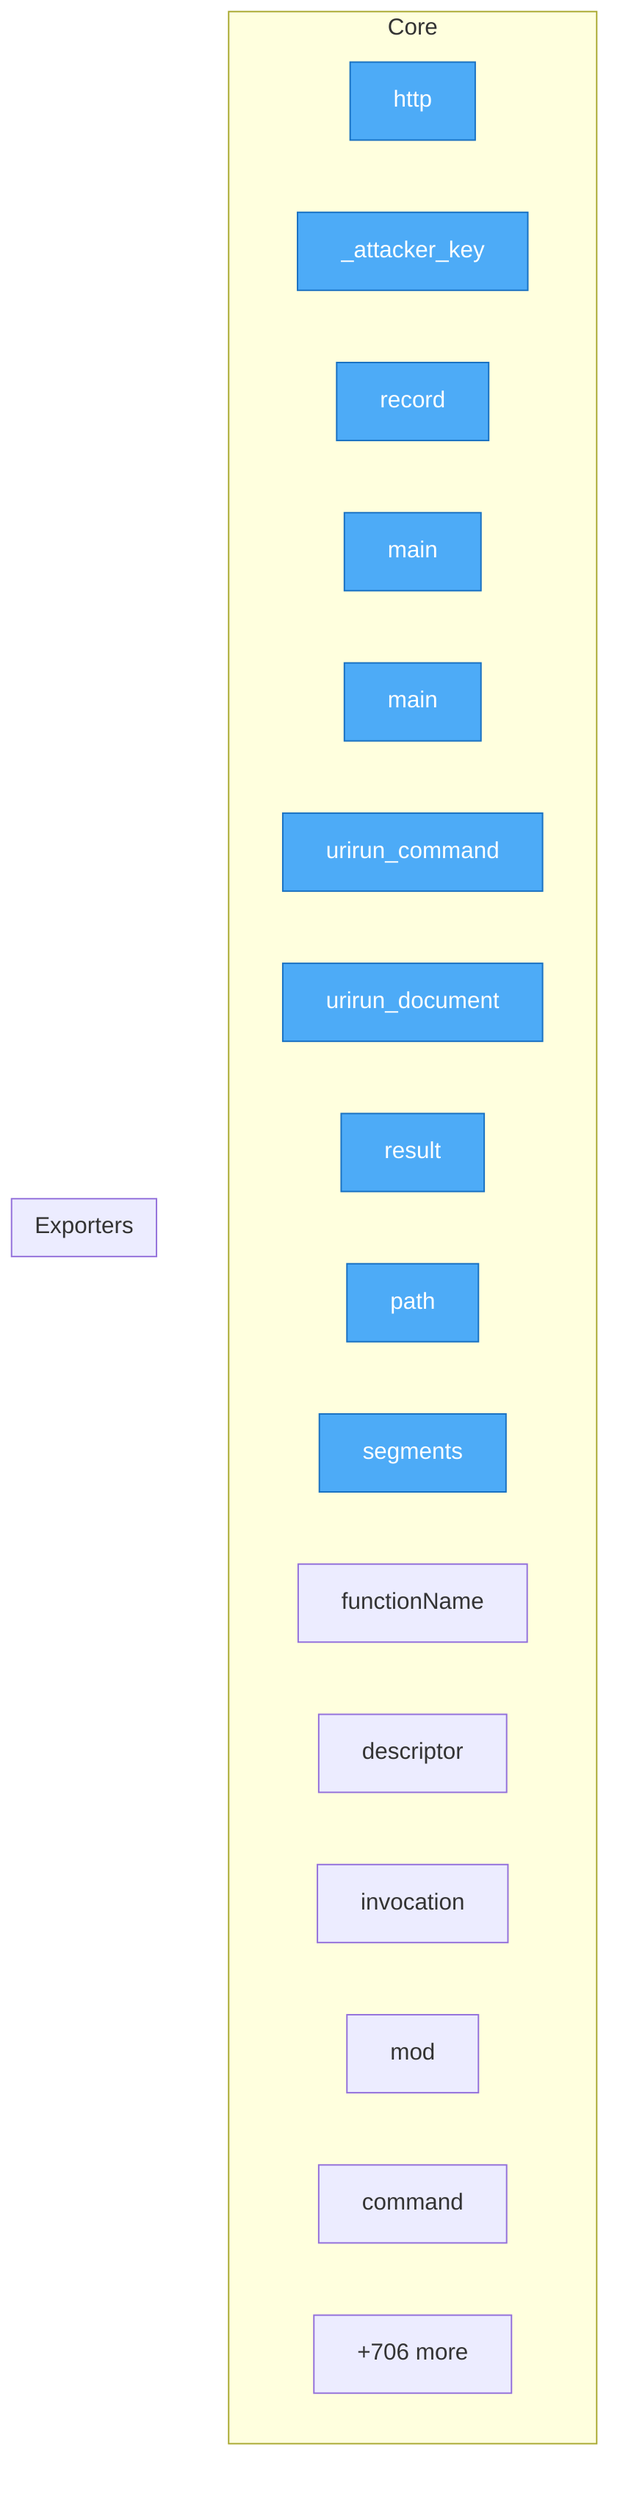
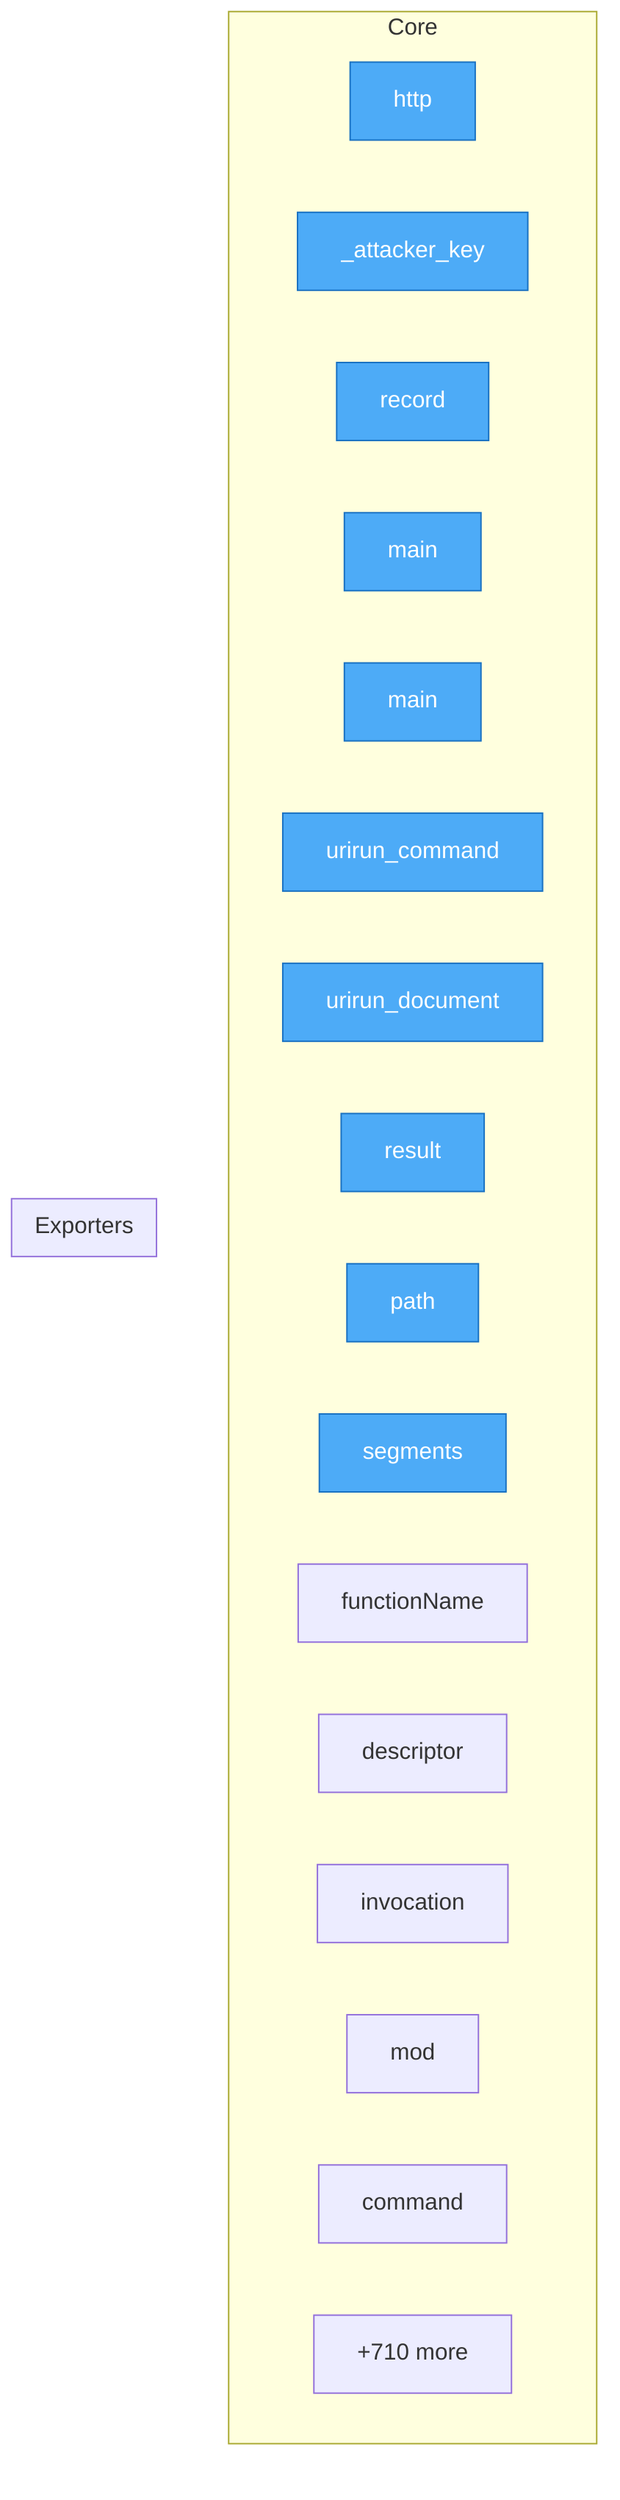
flowchart TD
- %% generated in 0.04s
+ %% generated in 0.05s

    %% Entry points (blue)
    classDef entry fill:#4dabf7,stroke:#1971c2,color:#fff

    subgraph Core
        security__mesh_probe__probe__http["http"]
        security__mesh_probe__probe___attacker_key["_attacker_key"]
        security__mesh_probe__probe__record["record"]
        adapters__conformance__main["main"]
        adapters__new_connector__main["main"]
        adapters__bash__urirun__urirun_command["urirun_command"]
        adapters__bash__urirun__urirun_document["urirun_document"]
        adapters__js__index__test__result["result"]
        adapters__js__path["path"]
        adapters__js__segments["segments"]
        adapters__js__functionName["functionName"]
        adapters__js__descriptor["descriptor"]
        adapters__js__invocation["invocation"]
        adapters__js__mod["mod"]
        adapters__java__Urirun__Urirun__command["command"]
-         ...["+706 more"]
+         ...["+710 more"]
    end

    subgraph Exporters
    end

    class security__mesh_probe__probe__http,security__mesh_probe__probe___attacker_key,security__mesh_probe__probe__record,adapters__conformance__main,adapters__new_connector__main,adapters__bash__urirun__urirun_command,adapters__bash__urirun__urirun_document,adapters__js__index__test__result,adapters__js__path,adapters__js__segments entry
